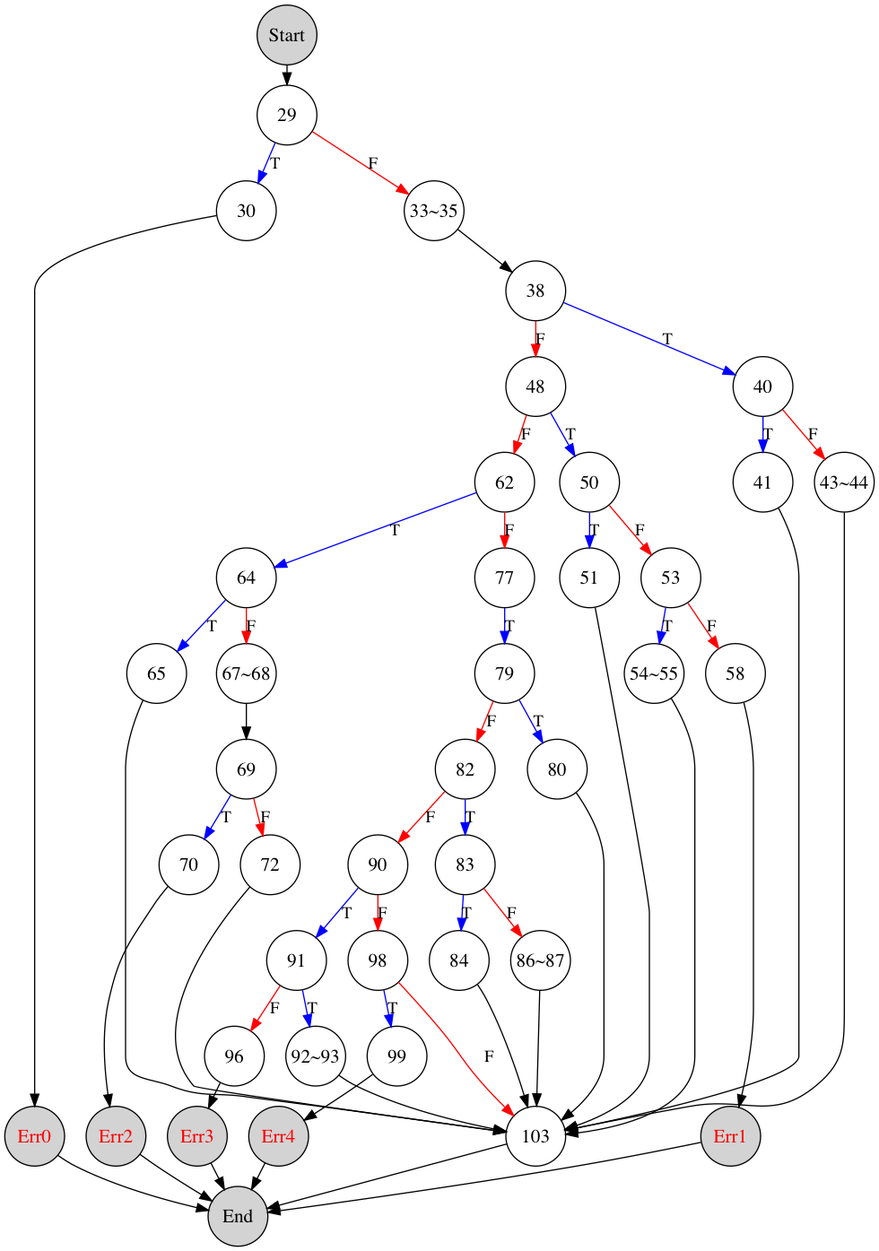
Before: images/nextdate.png, a diagram exported from Graphviz (dujung/nextdate). Its source is kept beside it as nextdate.dot. The source it was exported from:
```dot
digraph nextdate {
    ranksep=0.1
    graph [rankdir = "TB"];
    node  [fontsize=16,fixedsize=true,width=0.7,shape=circle];

    Start [fontcolor="black", fillcolor="lightgray", style=filled];
    End   [fontcolor="black", fillcolor="lightgray", style=filled];
    Err0   [fontcolor="red", fillcolor="lightgray", style=filled];
    Err1   [fontcolor="red", fillcolor="lightgray", style=filled];
    Err2   [fontcolor="red", fillcolor="lightgray", style=filled];
    Err3   [fontcolor="red", fillcolor="lightgray", style=filled];
    Err4   [fontcolor="red", fillcolor="lightgray", style=filled];

    Start -> 29;

    29 -> 30 [label = "T" color="blue"];
        30 -> Err0;

    29 -> "33~35" [label = "F" color="red"];    // F
    "33~35" -> 38;

    38 -> 40 [label = "T" color="blue"];    // T
        40 -> 41 [label = "T" color="blue"];    // F
            41 -> 103;
        40 -> "43~44" [label = "F" color="red"];    // F
            "43~44" -> 103;

    38 -> 48 [label = "F" color="red"];
    48 -> 50 [label = "T" color="blue"];
        50 -> 51 [label = "T" color="blue"];
            51 -> 103;
        50 -> 53 [label = "F" color="red"];
            53 -> "54~55" [label = "T" color="blue"];
                "54~55" -> 103;
            53 -> 58 [label = "F" color="red"];
                58 -> Err1;

    48 -> 62 [label = "F" color="red"];
    62 -> 64 [label = "T" color="blue"];        // T
        64 -> 65 [label = "T" color="blue"];    // T
            65 -> 103;
        64 -> "67~68" [label = "F" color="red"]; // F
            "67~68" -> 69;
                69 -> 70 [label = "T" color="blue"]; // T
                    70 -> Err2;
                69 -> 72 [label = "F" color="red"]; // F
                    72 -> 103;


    62 -> 77 [label = "F" color="red"];
    77 -> 79 [label = "T" color="blue"];   // T
        79 -> 80 [label = "T" color="blue"];   //T
            80 -> 103;
        79 -> 82 [label = "F" color="red"];  // F
            82 -> 83 [label = "T" color="blue"];   //T
                83 -> 84 [label = "T" color="blue"];   // T
                    84 -> 103;
                83 -> "86~87" [label = "F" color="red"]; //F
                    "86~87" -> 103;
            82 -> 90 [label = "F" color="red"];  //F
                90 -> 91 [label = "T" color="blue"]; //T
                    91 -> "92~93" [label = "T" color="blue"]; //T
                        "92~93" -> 103;
                    91 -> 96 [label = "F" color="red"];   //F
                        96 -> Err3;
                90 -> 98 [label = "F" color="red"];   //F
                    98 -> 99 [label = "T" color="blue"];   //T
                        99 -> Err4;
                    98 -> 103 [label = "F" color="red"];  // F


    103 -> End;

    Err0 -> End;
    Err1 -> End;
    Err2 -> End;
    Err3 -> End;
    Err4 -> End;


    { rank = same; 30; "33~35";}
    { rank = same; 40; 48;}
    { rank = same; 50; 62; 41; "43~44"}
    { rank = same; 64; 77; 53; 51;}
    { rank = same; "54~55"; 58; 65; 79; "67~68";}
    { rank = same; 69; 82; 80;}
    { rank = same; 70; 72; 83; 90}
    { rank = same; 84; "86~87"; 91; 98}
    { rank = same; "Err0"; "Err1"; "Err2", "Err3"; "Err4"}
}
```
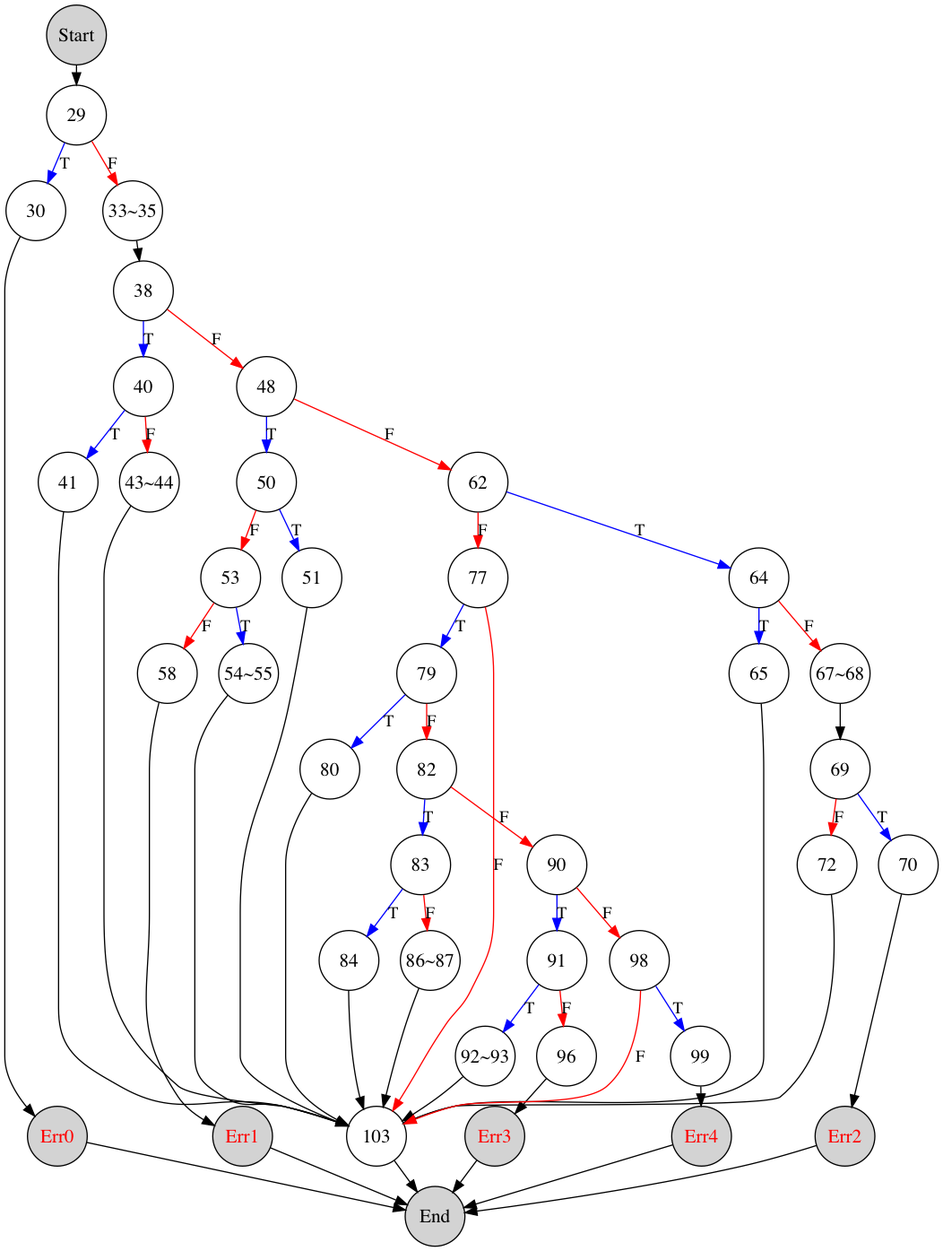
After the change.

What changed in the source:
```diff
@@ -69,6 +69,8 @@
                     98 -> 103 [label = "F" color="red"];  // F
 
 
+    77 -> 103 [label = "F" color="red"];   // F
+
     103 -> End;
 
     Err0 -> End;
```
